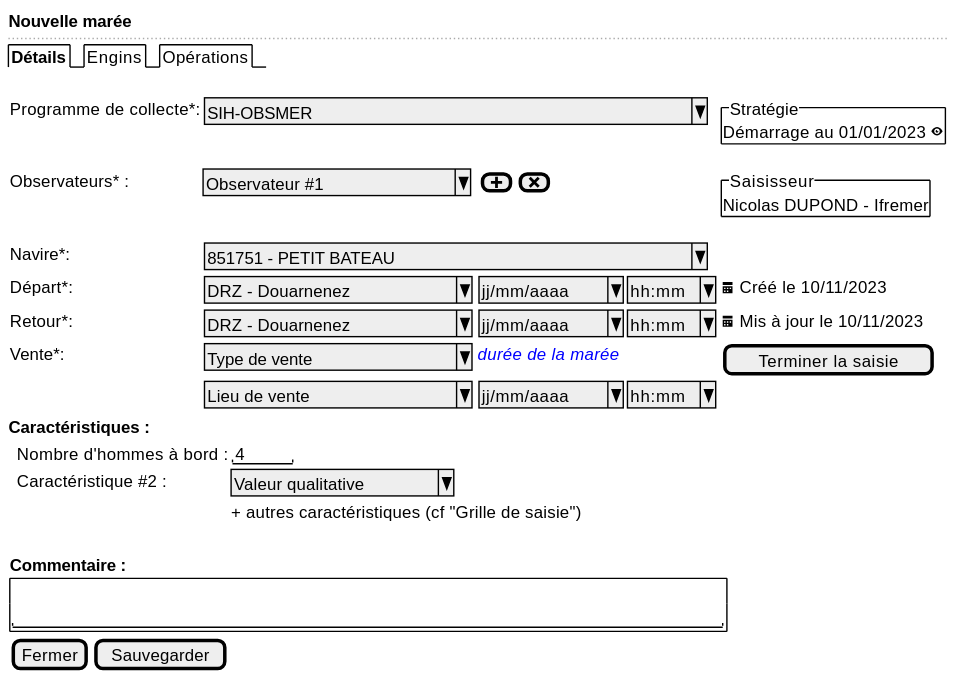
The PlantUML diagram projects/obsmer/spe/images/trip-new.svg in sumaris-net/sumaris-doc, before a commit.
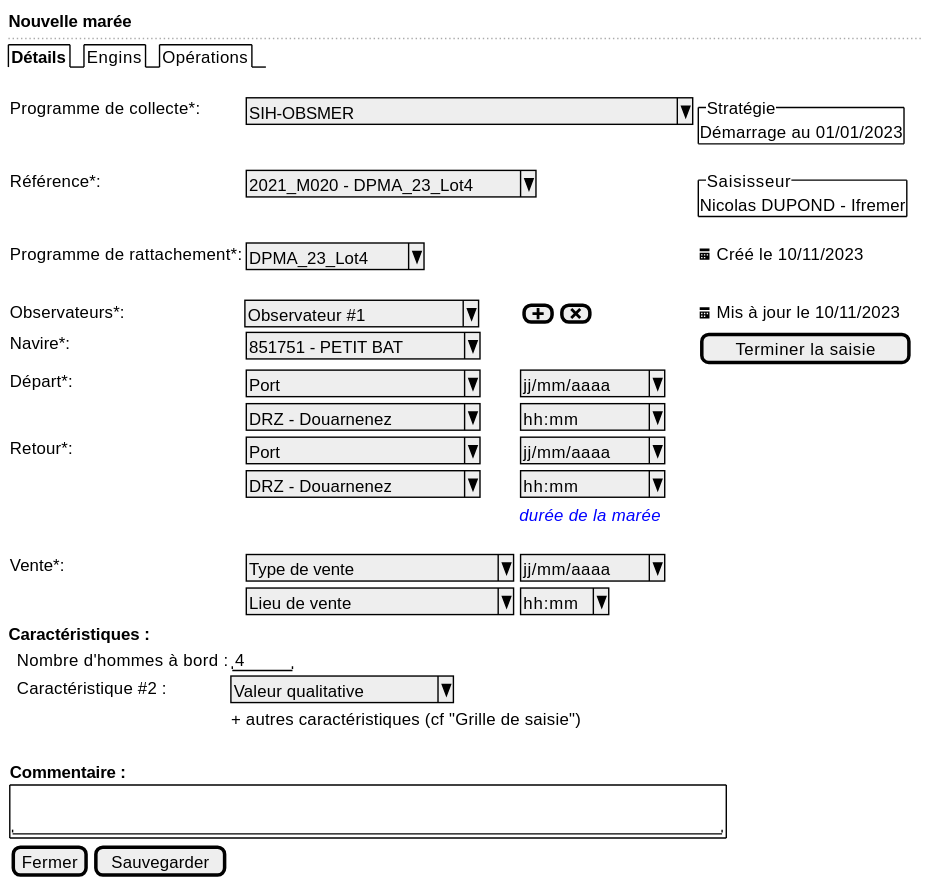
After the change.

Diff of the diagram source:
```diff
@@ -6,21 +6,28 @@
   .
   {
 
-      Programme de collecte*:    | { ^SIH-OBSMER                                 ^ } | * | {^"Stratégie"
+      Programme de collecte*:    | { ^SIH-OBSMER                            ^ } | * {^"Stratégie"
+Démarrage au 01/01/2023 }
 
-      Démarrage au 01/01/2023 <&eye> }
+      Référence*:  | { ^2021_M020 - DPMA_23_Lot4^ }  | * | {^"Saisisseur"
+                                                                                                                   Nicolas DUPOND - Ifremer  } |.
 
-      Observateurs* :            | ^ Observateur #1       ^ | { [<&plus>] | [<&x>] } | {^"Saisisseur"
-                                                                                               Nicolas DUPOND - Ifremer  }
+      Programme de rattachement*: | { ^ DPMA_23_Lot4 ^ } |  . | <&calendar> Créé le 10/11/2023
+      .
+      Observateurs*:            | ^ Observateur #1    ^ | { [<&plus>] | [<&x>] } | <&calendar> Mis à jour le 10/11/2023
 
-      Navire*:                   | { ^851751 - PETIT BATEAU                      ^ } | * | .
+      Navire*:                   | { ^851751 - PETIT BAT ^ } | * | [Terminer la saisie]
 
-      Départ*:     | { ^DRZ - Douarnenez      ^ } | { ^ jj/mm/aaaa^  |  ^ hh:mm^ } | <&calendar> Créé le 10/11/2023
+      Départ*:     | { ^Port               ^ } | { ^ jj/mm/aaaa^ } | .
+      . | { ^DRZ - Douarnenez   ^ } | { ^ hh:mm     ^ } | .
 
-      Retour*:     | { ^DRZ - Douarnenez      ^ } | { ^ jj/mm/aaaa^ | ^ hh:mm^ } | <&calendar> Mis à jour le 10/11/2023
-
-      Vente*:     | { ^Type de vente         ^ } | <i><color:blue>durée de la marée | [Terminer la saisie]
-      .           | { ^Lieu de vente         ^ } | { ^ jj/mm/aaaa^ |  ^ hh:mm^ }
+      Retour*:     | { ^Port               ^ } | { ^ jj/mm/aaaa^ } | .
+      . | { ^DRZ - Douarnenez   ^ } | { ^ hh:mm     ^ } | .
+      . | . | <i><color:blue>durée de la marée |
+      .
+      .
+      Vente*:     | { ^Type de vente         ^ } | { ^ jj/mm/aaaa^ } | .
+      .           | { ^Lieu de vente         ^ } |  { ^ hh:mm^ } |
 
   }
 
```
